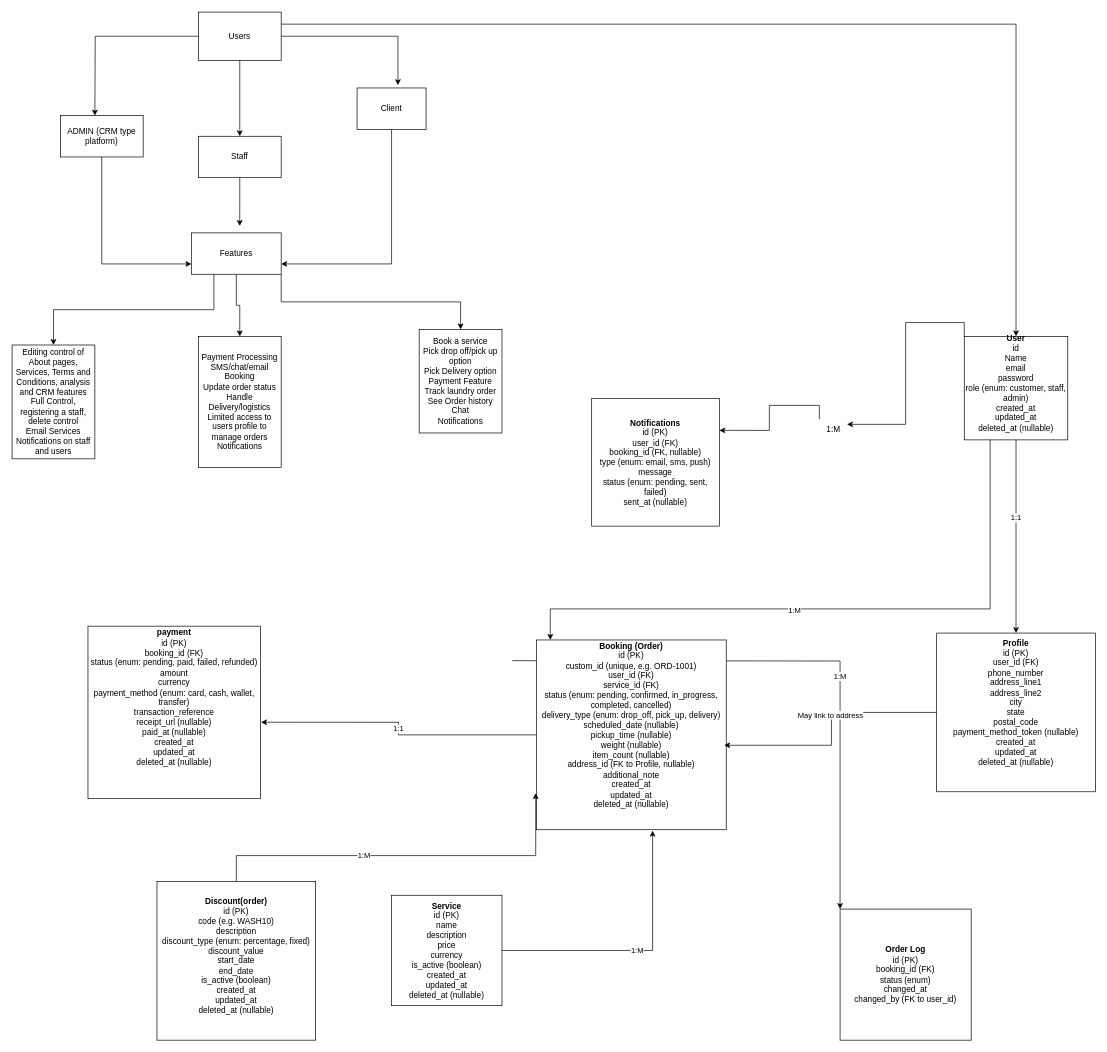
This is docs/db-schema.drawio from merytpeters/Laundroclean, a draw.io file, before an edit. Source tidied: cells renumbered, new cells numbered last; positions are measured from the earlier drawing's top-left corner, leaving out a move shared by most shapes. Both pictures are drawn from the tidied source at 69%, with x=0, y=0 at pixel (12, 12).
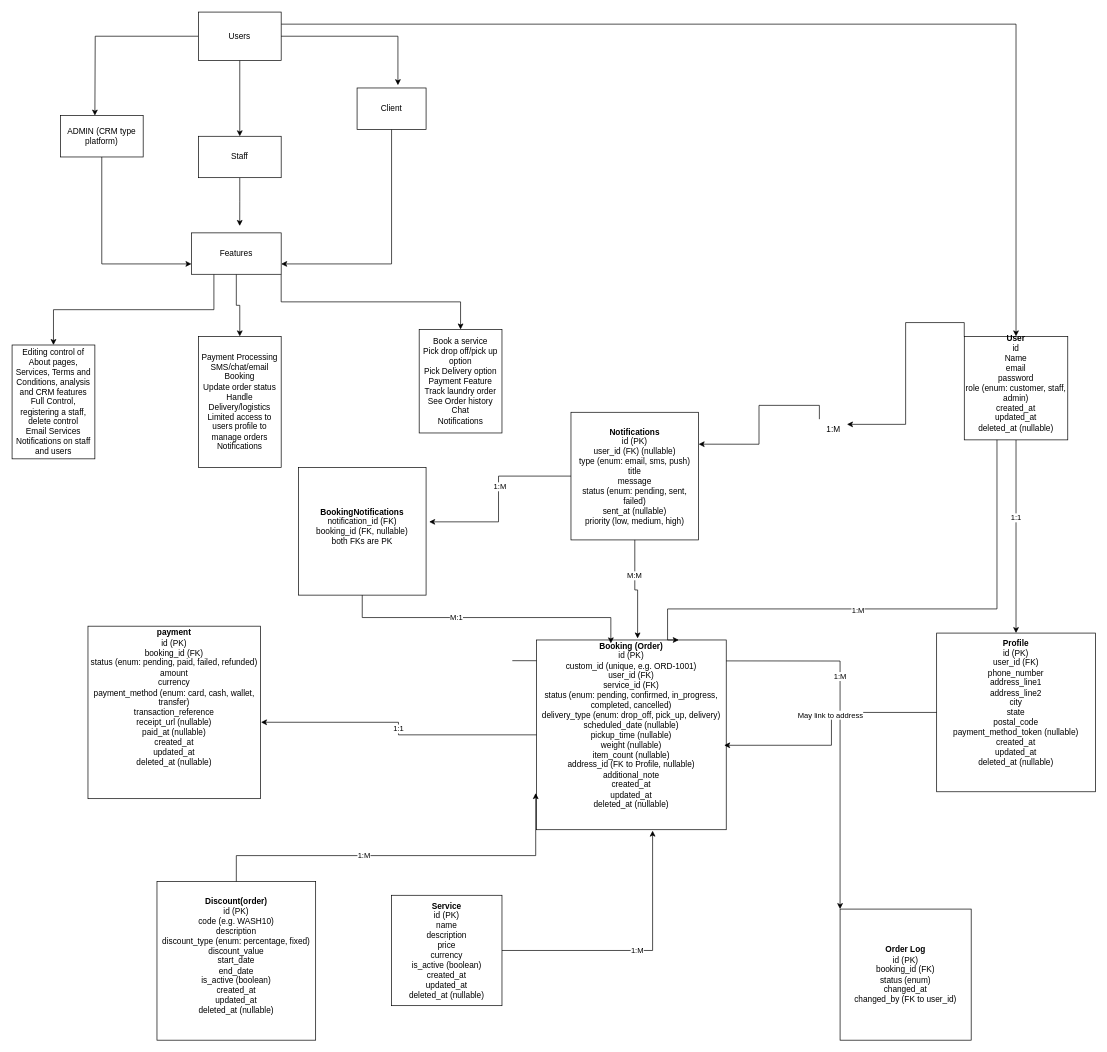
After the change.

Commit message (it also covers changes not shown here):
feat: add API status codes documentation and update database schema with new relationships

The change refers to these unchanged cells:
```xml
<mxCell id="22" value="&lt;b&gt;Booking (Order)&lt;/b&gt;&lt;div&gt;&lt;div&gt;id (PK)&lt;/div&gt;&lt;div&gt;custom_id (unique, e.g. ORD-1001)&lt;/div&gt;&lt;div&gt;user_id (FK)&lt;/div&gt;&lt;div&gt;service_id (FK)&lt;/div&gt;&lt;div&gt;status (enum: pending, confirmed, in_progress, completed, cancelled)&lt;/div&gt;&lt;div&gt;delivery_type (enum: drop_off, pick_up, delivery)&lt;/div&gt;&lt;div&gt;scheduled_date (nullable)&lt;/div&gt;&lt;div&gt;pickup_time (nullable)&lt;/div&gt;&lt;div&gt;weight (nullable)&lt;/div&gt;&lt;div&gt;item_count (nullable)&lt;/div&gt;&lt;div&gt;address_id (FK to Profile, nullable)&lt;/div&gt;&lt;div&gt;additional_note&lt;/div&gt;&lt;div&gt;created_at&lt;/div&gt;&lt;div&gt;updated_at&lt;/div&gt;&lt;div&gt;deleted_at (nullable)&lt;/div&gt;&lt;/div&gt;&lt;div&gt;&lt;br&gt;&lt;/div&gt;&lt;div&gt;&lt;br&gt;&lt;/div&gt;" style="whiteSpace=wrap;html=1;" parent="1" vertex="1">
  <mxGeometry x="760" y="910" width="275" height="275" as="geometry" />
</mxCell>
<mxCell id="26" value="&lt;b&gt;User&lt;/b&gt;&lt;div&gt;id&lt;br&gt;&lt;div&gt;Name&lt;div&gt;email&lt;/div&gt;&lt;div&gt;password&lt;/div&gt;&lt;div&gt;&lt;div&gt;role (enum: customer, staff, admin)&lt;/div&gt;&lt;div&gt;created_at&lt;/div&gt;&lt;div&gt;updated_at&lt;/div&gt;&lt;div&gt;deleted_at (nullable)&lt;/div&gt;&lt;/div&gt;&lt;div&gt;&lt;br&gt;&lt;/div&gt;&lt;/div&gt;&lt;/div&gt;" style="whiteSpace=wrap;html=1;" parent="1" vertex="1">
  <mxGeometry x="1380" y="470" width="150" height="150" as="geometry" />
</mxCell>
```

Change to the diagram source:
```diff
@@
-    <mxCell id="27" style="edgeStyle=orthogonalEdgeStyle;rounded=0;jettySize=auto;html=1;exitX=0.25;exitY=1;exitDx=0;exitDy=0;" parent="1" edge="1" source="26" target="22">
+    <mxCell id="27" style="edgeStyle=orthogonalEdgeStyle;rounded=0;jettySize=auto;html=1;exitX=0.25;exitY=1;exitDx=0;exitDy=0;entryX=0.75;entryY=0;entryDx=0;entryDy=0;" parent="1" edge="1" target="22">
       <mxGeometry relative="1" as="geometry">
+        <mxPoint x="1427.4" y="620" as="sourcePoint" />
         <Array as="points">
-          <mxPoint x="1418" y="865" />
-          <mxPoint x="780" y="865" />
+          <mxPoint x="1427" y="865" />
+          <mxPoint x="950" y="865" />
+          <mxPoint x="950" y="910" />
         </Array>
       </mxGeometry>
     </mxCell>
@@
-    <mxCell id="35" value="&lt;b&gt;Notifications&lt;/b&gt;&lt;div&gt;id (PK)&lt;br&gt;user_id (FK)&lt;br&gt;booking_id (FK, nullable)&lt;br&gt;type (enum: email, sms, push)&lt;br&gt;message&lt;br&gt;status (enum: pending, sent, failed)&lt;br&gt;sent_at (nullable)&lt;/div&gt;" style="whiteSpace=wrap;html=1;" parent="1" vertex="1">
-      <mxGeometry x="840" y="560" width="185" height="185" as="geometry" />
+    <mxCell id="35" value="&lt;b&gt;Notifications&lt;/b&gt;&lt;div&gt;id (PK)&lt;br&gt;user_id (FK) (nullable)&lt;br&gt;type (enum: email, sms, push)&lt;/div&gt;&lt;div&gt;title&lt;br&gt;message&lt;br&gt;status (enum: pending, sent, failed)&lt;br&gt;sent_at (nullable)&lt;/div&gt;&lt;div&gt;priority (low, medium, high)&lt;/div&gt;" style="whiteSpace=wrap;html=1;" parent="1" vertex="1">
+      <mxGeometry x="810" y="580" width="185" height="185" as="geometry" />
     </mxCell>
@@
+    <mxCell id="45" value="&lt;b&gt;BookingNotifications&lt;/b&gt;&lt;br&gt;&lt;div&gt;notification_id (FK)&lt;br&gt;booking_id (FK, nullable)&lt;/div&gt;&lt;div&gt;both FKs are PK&lt;br&gt;&lt;br&gt;&lt;/div&gt;" style="whiteSpace=wrap;html=1;" parent="1" vertex="1">
+      <mxGeometry x="415" y="660" width="185" height="185" as="geometry" />
+    </mxCell>
+    <mxCell id="46" style="edgeStyle=orthogonalEdgeStyle;rounded=0;jettySize=auto;html=1;entryX=1.024;entryY=0.426;entryDx=0;entryDy=0;entryPerimeter=0;" parent="1" edge="1" source="35" target="45">
+      <mxGeometry relative="1" as="geometry" />
+    </mxCell>
+    <mxCell id="47" value="1:M" style="edgeLabel;html=1;align=center;verticalAlign=middle;" parent="46" vertex="1">
+      <mxGeometry x="-0.12" y="1" relative="1" as="geometry" />
+    </mxCell>
+    <mxCell id="48" style="edgeStyle=orthogonalEdgeStyle;rounded=0;jettySize=auto;html=1;exitX=0.5;exitY=1;exitDx=0;exitDy=0;entryX=0.533;entryY=-0.008;entryDx=0;entryDy=0;entryPerimeter=0;" parent="1" edge="1" source="35" target="22">
+      <mxGeometry relative="1" as="geometry" />
+    </mxCell>
+    <mxCell id="49" value="M:M" style="edgeLabel;html=1;align=center;verticalAlign=middle;" parent="48" vertex="1">
+      <mxGeometry x="-0.3" y="-1" relative="1" as="geometry" />
+    </mxCell>
+    <mxCell id="50" style="edgeStyle=orthogonalEdgeStyle;rounded=0;jettySize=auto;html=1;exitX=0.5;exitY=1;exitDx=0;exitDy=0;entryX=0.392;entryY=0.018;entryDx=0;entryDy=0;entryPerimeter=0;" parent="1" edge="1" source="45" target="22">
+      <mxGeometry relative="1" as="geometry" />
+    </mxCell>
+    <mxCell id="51" value="M:1" style="edgeLabel;html=1;align=center;verticalAlign=middle;" parent="50" vertex="1">
+      <mxGeometry x="-0.22" relative="1" as="geometry" />
+    </mxCell>
```
